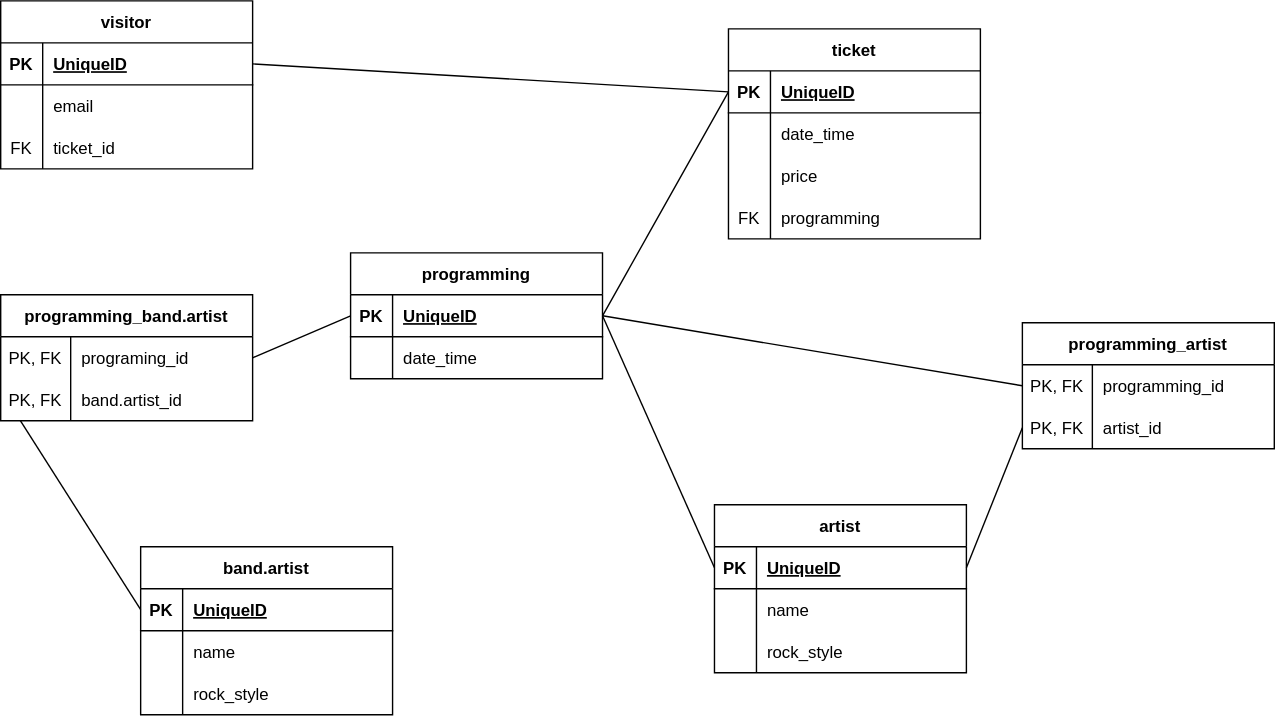
Discrae/Rockny2 keeps this draw.io diagram as code/server/merise/MLD.festivalrockny2.drawio.svg. Above is the earlier version. Source tidied: cells renumbered, new cells last; positions are measured from the earlier drawing's top-left corner, leaving out a move shared by most shapes.
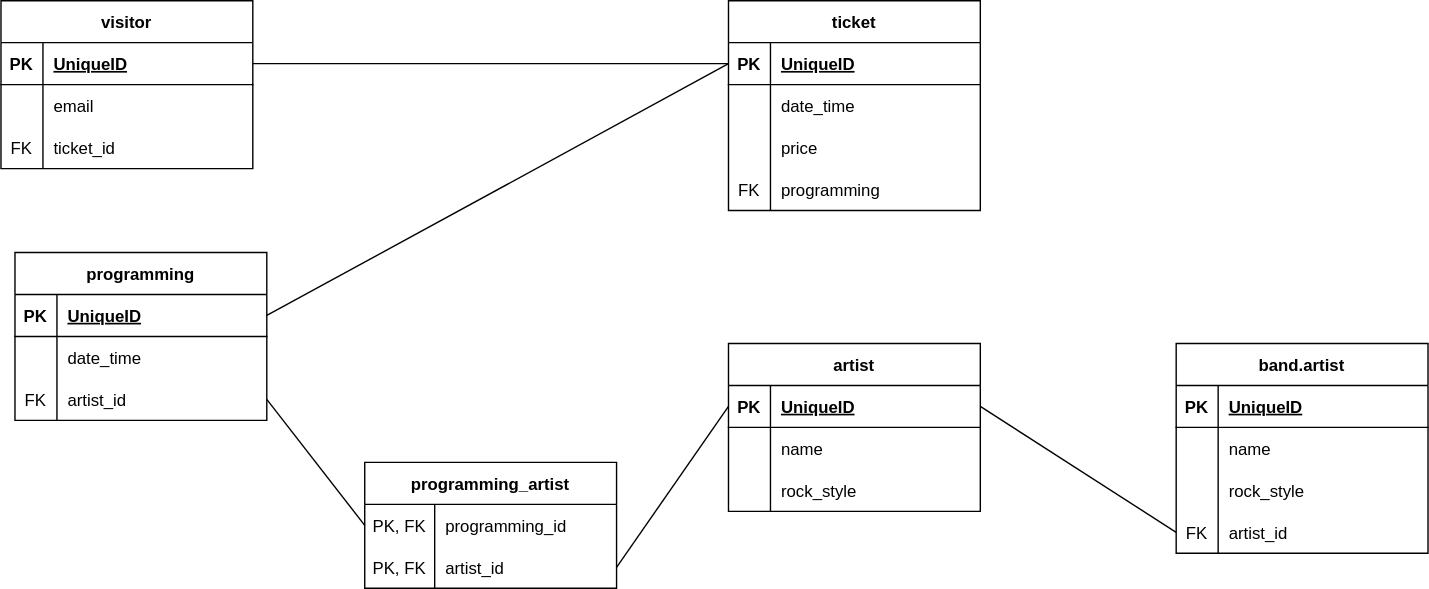
After the change.

What changed in the source:
```diff
@@ -33,7 +33,7 @@
       <mxGeometry x="30" width="150" height="30" as="geometry" />
     </mxCell>
     <mxCell id="12" value="ticket" style="shape=table;startSize=30;rowLines=0;fontStyle=1;align=center;" parent="1" vertex="1">
-      <mxGeometry x="520" y="20" width="180" height="150" as="geometry" />
+      <mxGeometry x="520" width="180" height="150" as="geometry" />
     </mxCell>
     <mxCell id="13" style="shape=tableRow;horizontal=0;startSize=0;swimlaneHead=0;swimlaneBody=0;fillColor=none;points=[[0,0.5],[1,0.5]];portConstraint=eastwest;top=0;left=0;right=0;bottom=1;" parent="12" vertex="1">
       <mxGeometry y="30" width="180" height="30" as="geometry" />
@@ -72,7 +72,7 @@
       <mxGeometry x="30" width="150" height="30" as="geometry" />
     </mxCell>
     <mxCell id="25" value="programming" style="shape=table;startSize=30;rowLines=0;fontStyle=1;align=center;" parent="1" vertex="1">
-      <mxGeometry x="250" y="180" width="180" height="90" as="geometry" />
+      <mxGeometry x="10" y="180" width="180" height="120" as="geometry" />
     </mxCell>
     <mxCell id="26" style="shape=tableRow;horizontal=0;startSize=0;swimlaneHead=0;swimlaneBody=0;fillColor=none;points=[[0,0.5],[1,0.5]];portConstraint=eastwest;top=0;left=0;right=0;bottom=1;" parent="25" vertex="1">
       <mxGeometry y="30" width="180" height="30" as="geometry" />
@@ -92,8 +92,17 @@
     <mxCell id="31" value="date_time" style="shape=partialRectangle;fillColor=none;top=0;left=0;bottom=0;right=0;align=left;spacingLeft=6;overflow=hidden;" parent="29" vertex="1">
       <mxGeometry x="30" width="150" height="30" as="geometry" />
     </mxCell>
+    <mxCell id="73" style="shape=tableRow;horizontal=0;startSize=0;swimlaneHead=0;swimlaneBody=0;fillColor=none;points=[[0,0.5],[1,0.5]];portConstraint=eastwest;top=0;left=0;right=0;bottom=0;" parent="25" vertex="1">
+      <mxGeometry y="90" width="180" height="30" as="geometry" />
+    </mxCell>
+    <mxCell id="74" value="FK" style="shape=partialRectangle;fillColor=none;top=0;left=0;bottom=0;right=0;overflow=hidden;" parent="73" vertex="1">
+      <mxGeometry width="30" height="30" as="geometry" />
+    </mxCell>
+    <mxCell id="75" value="artist_id" style="shape=partialRectangle;fillColor=none;top=0;left=0;bottom=0;right=0;align=left;spacingLeft=6;overflow=hidden;" parent="73" vertex="1">
+      <mxGeometry x="30" width="150" height="30" as="geometry" />
+    </mxCell>
     <mxCell id="32" value="artist" style="shape=table;startSize=30;rowLines=0;fontStyle=1;align=center;" parent="1" vertex="1">
-      <mxGeometry x="510" y="360" width="180" height="120" as="geometry" />
+      <mxGeometry x="520" y="245" width="180" height="120" as="geometry" />
     </mxCell>
     <mxCell id="33" style="shape=tableRow;horizontal=0;startSize=0;swimlaneHead=0;swimlaneBody=0;fillColor=none;points=[[0,0.5],[1,0.5]];portConstraint=eastwest;top=0;left=0;right=0;bottom=1;" parent="32" vertex="1">
       <mxGeometry y="30" width="180" height="30" as="geometry" />
@@ -128,11 +137,8 @@
     <mxCell id="43" style="endArrow=none;html=1;rounded=0;exitX=1;exitY=0.5;exitDx=0;exitDy=0;entryX=0;entryY=0.5;entryDx=0;entryDy=0;" parent="1" edge="1" source="26" target="13">
       <mxGeometry relative="1" as="geometry" />
     </mxCell>
-    <mxCell id="44" style="endArrow=none;html=1;rounded=0;exitX=1;exitY=0.5;exitDx=0;exitDy=0;entryX=0;entryY=0.5;entryDx=0;entryDy=0;" parent="1" edge="1" source="26" target="33">
-      <mxGeometry relative="1" as="geometry" />
-    </mxCell>
     <mxCell id="45" value="band.artist" style="shape=table;startSize=30;rowLines=0;fontStyle=1;align=center;" parent="1" vertex="1">
-      <mxGeometry x="100" y="390" width="180" height="120" as="geometry" />
+      <mxGeometry x="840" y="245" width="180" height="150" as="geometry" />
     </mxCell>
     <mxCell id="46" style="shape=tableRow;horizontal=0;startSize=0;swimlaneHead=0;swimlaneBody=0;fillColor=none;points=[[0,0.5],[1,0.5]];portConstraint=eastwest;top=0;left=0;right=0;bottom=1;" parent="45" vertex="1">
       <mxGeometry y="30" width="180" height="30" as="geometry" />
@@ -161,29 +167,17 @@
     <mxCell id="54" value="rock_style" style="shape=partialRectangle;fillColor=none;top=0;left=0;bottom=0;right=0;align=left;spacingLeft=6;overflow=hidden;" parent="52" vertex="1">
       <mxGeometry x="30" width="150" height="30" as="geometry" />
     </mxCell>
-    <mxCell id="55" value="programming_band.artist" style="shape=table;startSize=30;rowLines=0;fontStyle=1;align=center;" parent="1" vertex="1">
-      <mxGeometry y="210" width="180" height="90" as="geometry" />
-    </mxCell>
-    <mxCell id="56" style="shape=tableRow;horizontal=0;startSize=0;swimlaneHead=0;swimlaneBody=0;fillColor=none;points=[[0,0.5],[1,0.5]];portConstraint=eastwest;top=0;left=0;right=0;bottom=0;" parent="55" vertex="1">
-      <mxGeometry y="30" width="180" height="30" as="geometry" />
-    </mxCell>
-    <mxCell id="57" value="PK, FK" style="shape=partialRectangle;fillColor=none;top=0;left=0;bottom=0;right=0;overflow=hidden;" parent="56" vertex="1">
-      <mxGeometry width="50" height="30" as="geometry" />
-    </mxCell>
-    <mxCell id="58" value="programing_id" style="shape=partialRectangle;fillColor=none;top=0;left=0;bottom=0;right=0;align=left;spacingLeft=6;overflow=hidden;" parent="56" vertex="1">
-      <mxGeometry x="50" width="130" height="30" as="geometry" />
-    </mxCell>
-    <mxCell id="59" style="shape=tableRow;horizontal=0;startSize=0;swimlaneHead=0;swimlaneBody=0;fillColor=none;points=[[0,0.5],[1,0.5]];portConstraint=eastwest;top=0;left=0;right=0;bottom=0;" parent="55" vertex="1">
-      <mxGeometry y="60" width="180" height="30" as="geometry" />
-    </mxCell>
-    <mxCell id="60" value="PK, FK" style="shape=partialRectangle;fillColor=none;top=0;left=0;bottom=0;right=0;overflow=hidden;" parent="59" vertex="1">
-      <mxGeometry width="50" height="30" as="geometry" />
-    </mxCell>
-    <mxCell id="61" value="band.artist_id" style="shape=partialRectangle;fillColor=none;top=0;left=0;bottom=0;right=0;align=left;spacingLeft=6;overflow=hidden;" parent="59" vertex="1">
-      <mxGeometry x="50" width="130" height="30" as="geometry" />
-    </mxCell>
+    <mxCell id="76" style="shape=tableRow;horizontal=0;startSize=0;swimlaneHead=0;swimlaneBody=0;fillColor=none;points=[[0,0.5],[1,0.5]];portConstraint=eastwest;top=0;left=0;right=0;bottom=0;" parent="45" vertex="1">
+      <mxGeometry y="120" width="180" height="30" as="geometry" />
+    </mxCell>
+    <mxCell id="77" value="FK" style="shape=partialRectangle;fillColor=none;top=0;left=0;bottom=0;right=0;overflow=hidden;" parent="76" vertex="1">
+      <mxGeometry width="30" height="30" as="geometry" />
+    </mxCell>
+    <mxCell id="78" value="artist_id" style="shape=partialRectangle;fillColor=none;top=0;left=0;bottom=0;right=0;align=left;spacingLeft=6;overflow=hidden;" parent="76" vertex="1">
+      <mxGeometry x="30" width="150" height="30" as="geometry" />
+    </mxCell>
     <mxCell id="62" value="programming_artist" style="shape=table;startSize=30;rowLines=0;fontStyle=1;align=center;" parent="1" vertex="1">
-      <mxGeometry x="730" y="230" width="180" height="90" as="geometry" />
+      <mxGeometry x="260" y="330" width="180" height="90" as="geometry" />
     </mxCell>
     <mxCell id="63" style="shape=tableRow;horizontal=0;startSize=0;swimlaneHead=0;swimlaneBody=0;fillColor=none;points=[[0,0.5],[1,0.5]];portConstraint=eastwest;top=0;left=0;right=0;bottom=0;" parent="62" vertex="1">
       <mxGeometry y="30" width="180" height="30" as="geometry" />
@@ -203,17 +197,14 @@
     <mxCell id="68" value="artist_id" style="shape=partialRectangle;fillColor=none;top=0;left=0;bottom=0;right=0;align=left;spacingLeft=6;overflow=hidden;" parent="66" vertex="1">
       <mxGeometry x="50" width="130" height="30" as="geometry" />
     </mxCell>
-    <mxCell id="69" style="endArrow=none;html=1;rounded=0;exitX=1;exitY=0.5;exitDx=0;exitDy=0;entryX=0;entryY=0.5;entryDx=0;entryDy=0;" parent="1" edge="1" source="56" target="26">
-      <mxGeometry relative="1" as="geometry" />
-    </mxCell>
-    <mxCell id="70" style="endArrow=none;html=1;rounded=0;entryX=0;entryY=0.5;entryDx=0;entryDy=0;exitX=0.078;exitY=0.995;exitDx=0;exitDy=0;exitPerimeter=0;" parent="1" edge="1" source="59" target="46">
-      <mxGeometry relative="1" as="geometry" />
-    </mxCell>
-    <mxCell id="71" style="endArrow=none;html=1;rounded=0;exitX=1;exitY=0.5;exitDx=0;exitDy=0;entryX=0;entryY=0.5;entryDx=0;entryDy=0;" parent="1" edge="1" source="26" target="63">
+    <mxCell id="71" style="endArrow=none;html=1;rounded=0;entryX=0;entryY=0.5;entryDx=0;entryDy=0;exitX=1;exitY=0.5;exitDx=0;exitDy=0;" parent="1" edge="1" source="73" target="63">
       <mxGeometry relative="1" as="geometry" />
     </mxCell>
-    <mxCell id="72" style="endArrow=none;html=1;rounded=0;entryX=0;entryY=0.5;entryDx=0;entryDy=0;exitX=1;exitY=0.5;exitDx=0;exitDy=0;" parent="1" edge="1" source="33" target="66">
+    <mxCell id="72" style="endArrow=none;html=1;rounded=0;entryX=1;entryY=0.5;entryDx=0;entryDy=0;exitX=0;exitY=0.5;exitDx=0;exitDy=0;" parent="1" edge="1" source="33" target="66">
       <mxGeometry relative="1" as="geometry" />
     </mxCell>
+    <mxCell id="79" style="endArrow=none;html=1;rounded=0;entryX=0;entryY=0.5;entryDx=0;entryDy=0;exitX=1;exitY=0.5;exitDx=0;exitDy=0;" parent="1" edge="1" source="33" target="76">
+      <mxGeometry relative="1" as="geometry" />
+    </mxCell>
   </root>
 </mxGraphModel>
```
